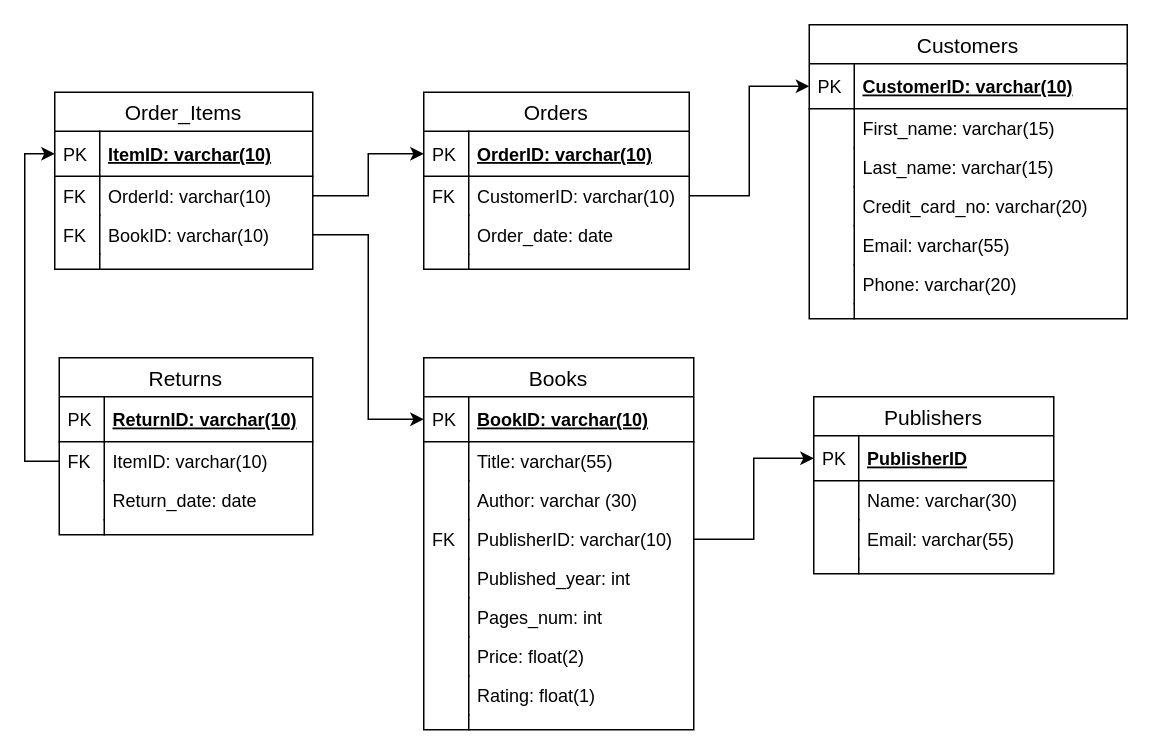
This is Schema.drawio from vuminhph/bookstore_db, a draw.io file, before an edit. Source tidied: cells renumbered, new cells numbered last; positions are measured from the earlier drawing's top-left corner, leaving out a move shared by most shapes. Both pictures are drawn from the tidied source at 150%, with x=0, y=0 at pixel (54, 24).
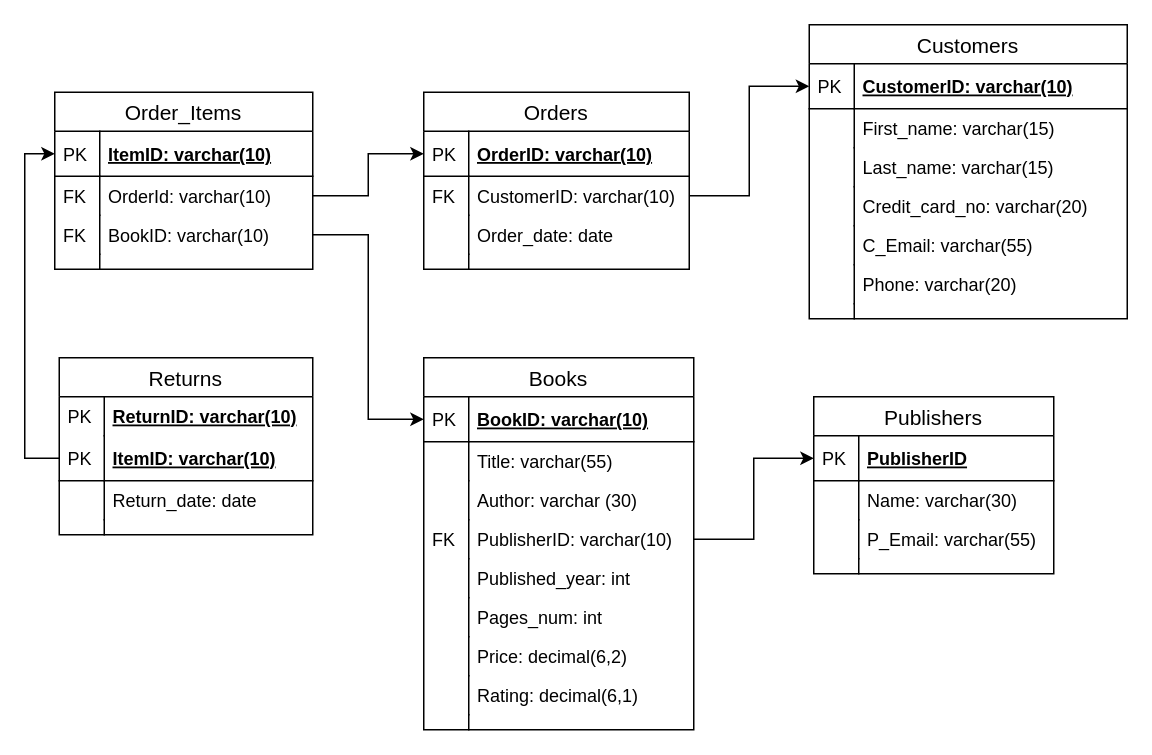
The same diagram, later.

Unchanged cells that the change refers to:
```xml
<mxCell id="6" value="Books" style="swimlane;fontStyle=0;horizontal=1;startSize=26;align=center;fontSize=14;" parent="1" vertex="1">
  <mxGeometry x="246" y="222" width="180" height="248" as="geometry" />
</mxCell>
<mxCell id="26" value="Publishers" style="swimlane;fontStyle=0;horizontal=1;startSize=26;align=center;fontSize=14;" parent="1" vertex="1">
  <mxGeometry x="506" y="248" width="160" height="118" as="geometry" />
</mxCell>
<mxCell id="44" value="Customers" style="swimlane;fontStyle=0;horizontal=1;startSize=26;align=center;fontSize=14;" parent="1" vertex="1">
  <mxGeometry x="503" width="212" height="196" as="geometry" />
</mxCell>
<mxCell id="60" value="ItemID: varchar(10)" style="shape=partialRectangle;top=0;left=0;right=0;bottom=1;align=left;verticalAlign=middle;fillColor=none;spacingLeft=34;spacingRight=4;overflow=hidden;points=[[0,0.5],[1,0.5]];portConstraint=eastwest;fontStyle=5;fontSize=12;" parent="59" vertex="1">
  <mxGeometry y="26" width="172" height="30" as="geometry" />
</mxCell>
<mxCell id="68" value="Returns" style="swimlane;fontStyle=0;horizontal=1;startSize=26;align=center;fontSize=14;" parent="1" vertex="1">
  <mxGeometry x="3" y="222" width="169" height="118" as="geometry" />
</mxCell>
```

What changed in the source:
```diff
@@
-    <mxCell id="5" style="edgeStyle=orthogonalEdgeStyle;rounded=0;jettySize=auto;html=1;entryX=0;entryY=0.5;entryDx=0;entryDy=0;" parent="1" edge="1" source="71" target="60">
-      <mxGeometry relative="1" as="geometry" />
-    </mxCell>
@@
-    <mxCell id="19" value="Price: float(2)" style="shape=partialRectangle;top=0;left=0;right=0;bottom=0;align=left;verticalAlign=top;fillColor=none;spacingLeft=34;spacingRight=4;overflow=hidden;fontSize=12;" parent="6" vertex="1">
+    <mxCell id="19" value="Price: decimal(6,2)" style="shape=partialRectangle;top=0;left=0;right=0;bottom=0;align=left;verticalAlign=top;fillColor=none;spacingLeft=34;spacingRight=4;overflow=hidden;fontSize=12;" parent="6" vertex="1">
       <mxGeometry y="186" width="180" height="26" as="geometry" />
     </mxCell>
@@
-    <mxCell id="21" value="Rating: float(1)" style="shape=partialRectangle;top=0;left=0;right=0;bottom=0;align=left;verticalAlign=top;fillColor=none;spacingLeft=34;spacingRight=4;overflow=hidden;fontSize=12;" parent="6" vertex="1">
+    <mxCell id="21" value="Rating: decimal(6,1)" style="shape=partialRectangle;top=0;left=0;right=0;bottom=0;align=left;verticalAlign=top;fillColor=none;spacingLeft=34;spacingRight=4;overflow=hidden;fontSize=12;" parent="6" vertex="1">
       <mxGeometry y="212" width="180" height="26" as="geometry" />
     </mxCell>
@@
-    <mxCell id="31" value="Email: varchar(55)" style="shape=partialRectangle;top=0;left=0;right=0;bottom=0;align=left;verticalAlign=top;fillColor=none;spacingLeft=34;spacingRight=4;overflow=hidden;fontSize=12;" parent="26" vertex="1">
+    <mxCell id="31" value="P_Email: varchar(55)" style="shape=partialRectangle;top=0;left=0;right=0;bottom=0;align=left;verticalAlign=top;fillColor=none;spacingLeft=34;spacingRight=4;overflow=hidden;fontSize=12;" parent="26" vertex="1">
       <mxGeometry y="82" width="160" height="26" as="geometry" />
     </mxCell>
@@
-    <mxCell id="53" value="Email: varchar(55)" style="shape=partialRectangle;top=0;left=0;right=0;bottom=0;align=left;verticalAlign=top;fillColor=none;spacingLeft=34;spacingRight=4;overflow=hidden;fontSize=12;" parent="44" vertex="1">
+    <mxCell id="53" value="C_Email: varchar(55)" style="shape=partialRectangle;top=0;left=0;right=0;bottom=0;align=left;verticalAlign=top;fillColor=none;spacingLeft=34;spacingRight=4;overflow=hidden;fontSize=12;" parent="44" vertex="1">
       <mxGeometry y="134" width="212" height="26" as="geometry" />
     </mxCell>
@@
+    <mxCell id="77" value="ReturnID: varchar(10)" style="shape=partialRectangle;top=0;left=0;right=0;bottom=0;align=left;verticalAlign=top;fillColor=none;spacingLeft=34;spacingRight=4;overflow=hidden;fontSize=12;fontStyle=5;" parent="68" vertex="1">
+      <mxGeometry y="26" width="169" height="26" as="geometry" />
+    </mxCell>
+    <mxCell id="78" value="PK" style="shape=partialRectangle;top=0;left=0;bottom=0;fillColor=none;align=left;verticalAlign=top;spacingLeft=4;spacingRight=4;overflow=hidden;fontSize=12;" parent="77" vertex="1">
+      <mxGeometry width="30" height="26" as="geometry" />
+    </mxCell>
-    <mxCell id="69" value="ReturnID: varchar(10)" style="shape=partialRectangle;top=0;left=0;right=0;bottom=1;align=left;verticalAlign=middle;fillColor=none;spacingLeft=34;spacingRight=4;overflow=hidden;points=[[0,0.5],[1,0.5]];portConstraint=eastwest;fontStyle=5;fontSize=12;" parent="68" vertex="1">
-      <mxGeometry y="26" width="169" height="30" as="geometry" />
+    <mxCell id="69" value="ItemID: varchar(10)" style="shape=partialRectangle;top=0;left=0;right=0;bottom=1;align=left;verticalAlign=middle;fillColor=none;spacingLeft=34;spacingRight=4;overflow=hidden;points=[[0,0.5],[1,0.5]];portConstraint=eastwest;fontStyle=5;fontSize=12;" parent="68" vertex="1">
+      <mxGeometry y="52" width="169" height="30" as="geometry" />
     </mxCell>
@@
-    <mxCell id="71" value="ItemID: varchar(10)" style="shape=partialRectangle;top=0;left=0;right=0;bottom=0;align=left;verticalAlign=top;fillColor=none;spacingLeft=34;spacingRight=4;overflow=hidden;points=[[0,0.5],[1,0.5]];portConstraint=eastwest;fontSize=12;" parent="68" vertex="1">
-      <mxGeometry y="56" width="169" height="26" as="geometry" />
-    </mxCell>
-    <mxCell id="72" value="FK" style="shape=partialRectangle;top=0;left=0;bottom=0;fillColor=none;align=left;verticalAlign=top;spacingLeft=4;spacingRight=4;overflow=hidden;fontSize=12;" parent="71" vertex="1">
-      <mxGeometry width="30" height="26" as="geometry" />
-    </mxCell>
@@
+    <mxCell id="79" style="edgeStyle=orthogonalEdgeStyle;rounded=0;jettySize=auto;html=1;entryX=0;entryY=0.5;entryDx=0;entryDy=0;" parent="1" edge="1" source="69" target="60">
+      <mxGeometry relative="1" as="geometry" />
+    </mxCell>
```
